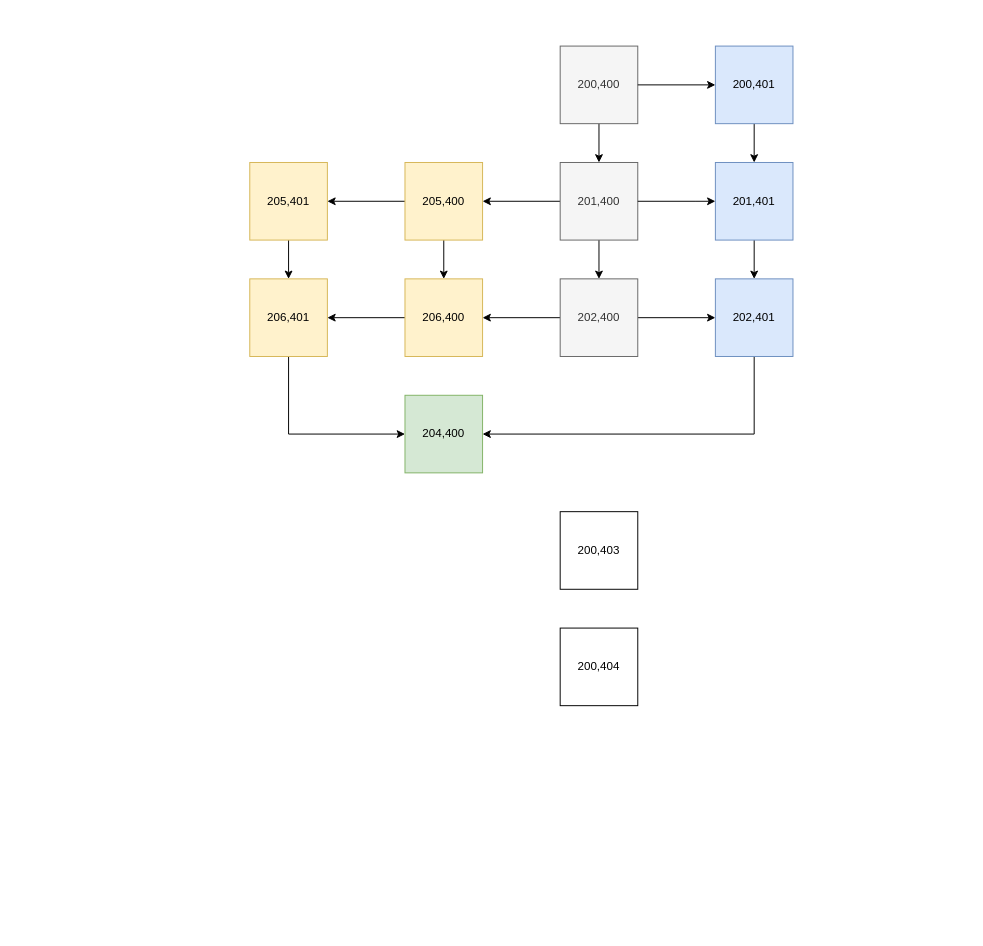
Before: Başlıksız Diyagram.drawio in KaanAkcan1/Charts, a draw.io diagram. Source tidied: cells renumbered, new cells numbered last; positions are measured from the earlier drawing's top-left corner, leaving out a move shared by most shapes. Both pictures are drawn from the tidied source at 97%, with x=0, y=0 at pixel (249, 46).
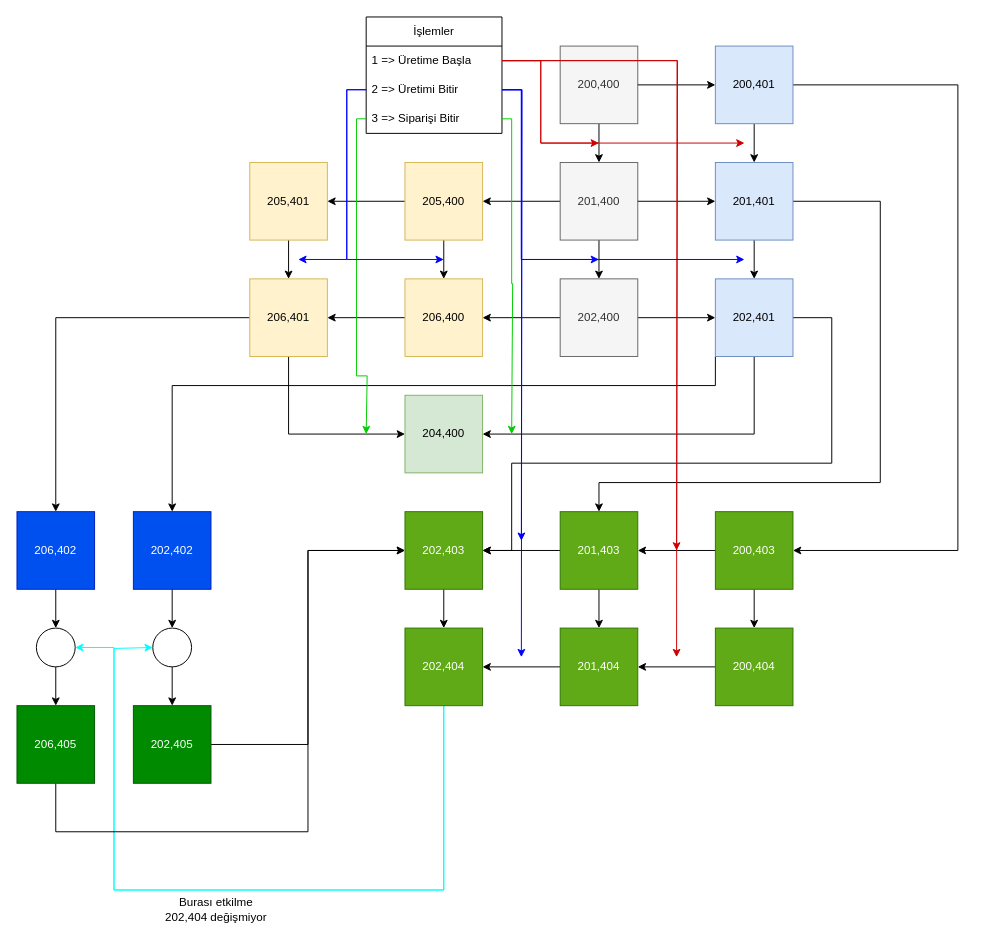
After the change.

Unchanged cells that the change refers to:
```xml
<mxCell id="9" value="200,401" style="whiteSpace=wrap;html=1;fillColor=#dae8fc;strokeColor=#6c8ebf;" parent="1" vertex="1">
  <mxGeometry x="480" width="80" height="80" as="geometry" />
</mxCell>
<mxCell id="14" value="201,401" style="whiteSpace=wrap;html=1;fillColor=#dae8fc;strokeColor=#6c8ebf;" parent="1" vertex="1">
  <mxGeometry x="480" y="120" width="80" height="80" as="geometry" />
</mxCell>
<mxCell id="16" value="202,401" style="whiteSpace=wrap;html=1;fillColor=#dae8fc;strokeColor=#6c8ebf;" parent="1" vertex="1">
  <mxGeometry x="480" y="240" width="80" height="80" as="geometry" />
</mxCell>
<mxCell id="27" value="206,401" style="whiteSpace=wrap;html=1;fillColor=#fff2cc;strokeColor=#d6b656;" parent="1" vertex="1">
  <mxGeometry y="240" width="80" height="80" as="geometry" />
</mxCell>
```

Diff of the diagram source:
```diff
@@
+    <mxCell id="31" style="edgeStyle=orthogonalEdgeStyle;rounded=0;jettySize=auto;html=1;entryX=1;entryY=0.5;entryDx=0;entryDy=0;" parent="1" edge="1" source="9" target="29">
+      <mxGeometry relative="1" as="geometry">
+        <Array as="points">
+          <mxPoint x="730" y="40" />
+          <mxPoint x="730" y="520" />
+        </Array>
+      </mxGeometry>
+    </mxCell>
@@
+    <mxCell id="32" style="edgeStyle=orthogonalEdgeStyle;rounded=0;jettySize=auto;html=1;" parent="1" edge="1" source="14" target="41">
+      <mxGeometry relative="1" as="geometry">
+        <Array as="points">
+          <mxPoint x="650" y="160" />
+          <mxPoint x="650" y="450" />
+          <mxPoint x="360" y="450" />
+        </Array>
+      </mxGeometry>
+    </mxCell>
@@
+    <mxCell id="33" style="edgeStyle=orthogonalEdgeStyle;rounded=0;jettySize=auto;html=1;exitX=0.5;exitY=1;exitDx=0;exitDy=0;" parent="1" edge="1" source="16" target="45">
+      <mxGeometry relative="1" as="geometry">
+        <Array as="points">
+          <mxPoint x="520" y="280" />
+          <mxPoint x="600" y="280" />
+          <mxPoint x="600" y="430" />
+          <mxPoint x="270" y="430" />
+          <mxPoint x="270" y="520" />
+        </Array>
+      </mxGeometry>
+    </mxCell>
+    <mxCell id="34" style="edgeStyle=orthogonalEdgeStyle;rounded=0;jettySize=auto;html=1;exitX=0;exitY=1;exitDx=0;exitDy=0;entryX=0.5;entryY=0;entryDx=0;entryDy=0;" parent="1" edge="1" source="16" target="50">
+      <mxGeometry relative="1" as="geometry">
+        <Array as="points">
+          <mxPoint x="480" y="350" />
+          <mxPoint x="-80" y="350" />
+        </Array>
+      </mxGeometry>
+    </mxCell>
@@
+    <mxCell id="35" style="edgeStyle=orthogonalEdgeStyle;rounded=0;jettySize=auto;html=1;exitX=0;exitY=0.5;exitDx=0;exitDy=0;entryX=0.5;entryY=0;entryDx=0;entryDy=0;" parent="1" edge="1" source="27" target="52">
+      <mxGeometry relative="1" as="geometry" />
+    </mxCell>
@@
+    <mxCell id="36" style="edgeStyle=orthogonalEdgeStyle;rounded=0;jettySize=auto;html=1;exitX=0;exitY=0.5;exitDx=0;exitDy=0;entryX=1;entryY=0.5;entryDx=0;entryDy=0;" parent="1" edge="1" source="29" target="41">
+      <mxGeometry relative="1" as="geometry">
+        <Array as="points">
+          <mxPoint x="440" y="520" />
+          <mxPoint x="440" y="520" />
+        </Array>
+      </mxGeometry>
+    </mxCell>
+    <mxCell id="37" style="edgeStyle=orthogonalEdgeStyle;rounded=0;jettySize=auto;html=1;exitX=0.5;exitY=1;exitDx=0;exitDy=0;entryX=0.5;entryY=0;entryDx=0;entryDy=0;" parent="1" edge="1" source="29" target="30">
+      <mxGeometry relative="1" as="geometry" />
+    </mxCell>
-    <mxCell id="29" value="200,403" style="whiteSpace=wrap;html=1;" parent="1" vertex="1">
-      <mxGeometry x="320" y="480" width="80" height="80" as="geometry" />
+    <mxCell id="29" value="200,403" style="whiteSpace=wrap;html=1;fillColor=#60a917;strokeColor=#2D7600;fontColor=#ffffff;" parent="1" vertex="1">
+      <mxGeometry x="480" y="480" width="80" height="80" as="geometry" />
     </mxCell>
+    <mxCell id="38" style="edgeStyle=orthogonalEdgeStyle;rounded=0;jettySize=auto;html=1;exitX=0;exitY=0.5;exitDx=0;exitDy=0;entryX=1;entryY=0.5;entryDx=0;entryDy=0;" parent="1" edge="1" source="30" target="43">
+      <mxGeometry relative="1" as="geometry" />
+    </mxCell>
-    <mxCell id="30" value="200,404" style="whiteSpace=wrap;html=1;" parent="1" vertex="1">
-      <mxGeometry x="320" y="600" width="80" height="80" as="geometry" />
+    <mxCell id="30" value="200,404" style="whiteSpace=wrap;html=1;fillColor=#60a917;fontColor=#ffffff;strokeColor=#2D7600;" parent="1" vertex="1">
+      <mxGeometry x="480" y="600" width="80" height="80" as="geometry" />
     </mxCell>
+    <mxCell id="39" style="edgeStyle=orthogonalEdgeStyle;rounded=0;jettySize=auto;html=1;exitX=0;exitY=0.5;exitDx=0;exitDy=0;entryX=1;entryY=0.5;entryDx=0;entryDy=0;" parent="1" edge="1" source="41" target="45">
+      <mxGeometry relative="1" as="geometry" />
+    </mxCell>
+    <mxCell id="40" style="edgeStyle=orthogonalEdgeStyle;rounded=0;jettySize=auto;html=1;exitX=0.5;exitY=1;exitDx=0;exitDy=0;entryX=0.5;entryY=0;entryDx=0;entryDy=0;" parent="1" edge="1" source="41" target="43">
+      <mxGeometry relative="1" as="geometry" />
+    </mxCell>
+    <mxCell id="41" value="201,403" style="whiteSpace=wrap;html=1;fillColor=#60a917;fontColor=#ffffff;strokeColor=#2D7600;" parent="1" vertex="1">
+      <mxGeometry x="320" y="480" width="80" height="80" as="geometry" />
+    </mxCell>
+    <mxCell id="42" style="edgeStyle=orthogonalEdgeStyle;rounded=0;jettySize=auto;html=1;exitX=0;exitY=0.5;exitDx=0;exitDy=0;entryX=1;entryY=0.5;entryDx=0;entryDy=0;" parent="1" edge="1" source="43" target="48">
+      <mxGeometry relative="1" as="geometry" />
+    </mxCell>
+    <mxCell id="43" value="201,404" style="whiteSpace=wrap;html=1;fillColor=#60a917;fontColor=#ffffff;strokeColor=#2D7600;" parent="1" vertex="1">
+      <mxGeometry x="320" y="600" width="80" height="80" as="geometry" />
+    </mxCell>
+    <mxCell id="44" style="edgeStyle=orthogonalEdgeStyle;rounded=0;jettySize=auto;html=1;exitX=0.5;exitY=1;exitDx=0;exitDy=0;entryX=0.5;entryY=0;entryDx=0;entryDy=0;" parent="1" edge="1" source="45" target="48">
+      <mxGeometry relative="1" as="geometry" />
+    </mxCell>
+    <mxCell id="45" value="202,403" style="whiteSpace=wrap;html=1;fillColor=#60a917;fontColor=#ffffff;strokeColor=#2D7600;" parent="1" vertex="1">
+      <mxGeometry x="160" y="480" width="80" height="80" as="geometry" />
+    </mxCell>
+    <mxCell id="46" style="edgeStyle=orthogonalEdgeStyle;rounded=0;jettySize=auto;html=1;strokeColor=#00FFFF;" parent="1" edge="1" source="48">
+      <mxGeometry relative="1" as="geometry">
+        <mxPoint x="-100" y="620" as="targetPoint" />
+        <Array as="points">
+          <mxPoint x="200" y="870" />
+          <mxPoint x="-140" y="870" />
+          <mxPoint x="-140" y="621" />
+        </Array>
+      </mxGeometry>
+    </mxCell>
+    <mxCell id="47" style="edgeStyle=orthogonalEdgeStyle;rounded=0;jettySize=auto;html=1;entryX=1;entryY=0.5;entryDx=0;entryDy=0;strokeColor=#00FFFF;" parent="1" edge="1" source="48" target="59">
+      <mxGeometry relative="1" as="geometry">
+        <Array as="points">
+          <mxPoint x="200" y="870" />
+          <mxPoint x="-140" y="870" />
+          <mxPoint x="-140" y="620" />
+        </Array>
+      </mxGeometry>
+    </mxCell>
+    <mxCell id="48" value="202,404" style="whiteSpace=wrap;html=1;fillColor=#60a917;fontColor=#ffffff;strokeColor=#2D7600;" parent="1" vertex="1">
+      <mxGeometry x="160" y="600" width="80" height="80" as="geometry" />
+    </mxCell>
+    <mxCell id="49" style="edgeStyle=orthogonalEdgeStyle;rounded=0;jettySize=auto;html=1;exitX=0.5;exitY=1;exitDx=0;exitDy=0;entryX=0.5;entryY=0;entryDx=0;entryDy=0;" parent="1" edge="1" source="50" target="54">
+      <mxGeometry relative="1" as="geometry" />
+    </mxCell>
+    <mxCell id="50" value="202,402" style="whiteSpace=wrap;html=1;fillColor=#0050ef;fontColor=#ffffff;strokeColor=#001DBC;" parent="1" vertex="1">
+      <mxGeometry x="-120" y="480" width="80" height="80" as="geometry" />
+    </mxCell>
+    <mxCell id="51" style="edgeStyle=orthogonalEdgeStyle;rounded=0;jettySize=auto;html=1;entryX=0.5;entryY=0;entryDx=0;entryDy=0;" parent="1" edge="1" source="52" target="59">
+      <mxGeometry relative="1" as="geometry" />
+    </mxCell>
+    <mxCell id="52" value="206,402" style="whiteSpace=wrap;html=1;fillColor=#0050ef;fontColor=#ffffff;strokeColor=#001DBC;" parent="1" vertex="1">
+      <mxGeometry x="-240" y="480" width="80" height="80" as="geometry" />
+    </mxCell>
+    <mxCell id="53" style="edgeStyle=orthogonalEdgeStyle;rounded=0;jettySize=auto;html=1;exitX=0.5;exitY=1;exitDx=0;exitDy=0;entryX=0.5;entryY=0;entryDx=0;entryDy=0;" parent="1" edge="1" source="54" target="56">
+      <mxGeometry relative="1" as="geometry" />
+    </mxCell>
+    <mxCell id="54" style="ellipse;whiteSpace=wrap;html=1;" parent="1" vertex="1">
+      <mxGeometry x="-100" y="600" width="40" height="40" as="geometry" />
+    </mxCell>
+    <mxCell id="55" style="edgeStyle=orthogonalEdgeStyle;rounded=0;jettySize=auto;html=1;exitX=1;exitY=0.5;exitDx=0;exitDy=0;entryX=0;entryY=0.5;entryDx=0;entryDy=0;" parent="1" edge="1" source="56" target="45">
+      <mxGeometry relative="1" as="geometry" />
+    </mxCell>
+    <mxCell id="56" value="202,405" style="whiteSpace=wrap;html=1;fillColor=#008a00;fontColor=#ffffff;strokeColor=#005700;" parent="1" vertex="1">
+      <mxGeometry x="-120" y="680" width="80" height="80" as="geometry" />
+    </mxCell>
+    <mxCell id="57" value="Burası etkilme&lt;br&gt;202,404 değişmiyor" style="text;html=1;align=center;verticalAlign=middle;strokeColor=none;fillColor=none;" parent="1" vertex="1">
+      <mxGeometry x="-100" y="870" width="130" height="40" as="geometry" />
+    </mxCell>
+    <mxCell id="58" style="edgeStyle=orthogonalEdgeStyle;rounded=0;jettySize=auto;html=1;entryX=0.5;entryY=0;entryDx=0;entryDy=0;" parent="1" edge="1" source="59" target="61">
+      <mxGeometry relative="1" as="geometry" />
+    </mxCell>
+    <mxCell id="59" style="ellipse;whiteSpace=wrap;html=1;" parent="1" vertex="1">
+      <mxGeometry x="-220" y="600" width="40" height="40" as="geometry" />
+    </mxCell>
+    <mxCell id="60" style="edgeStyle=orthogonalEdgeStyle;rounded=0;jettySize=auto;html=1;" parent="1" edge="1" source="61" target="45">
+      <mxGeometry relative="1" as="geometry">
+        <Array as="points">
+          <mxPoint x="-200" y="810" />
+          <mxPoint x="60" y="810" />
+          <mxPoint x="60" y="520" />
+        </Array>
+      </mxGeometry>
+    </mxCell>
+    <mxCell id="61" value="206,405" style="whiteSpace=wrap;html=1;fillColor=#008a00;fontColor=#ffffff;strokeColor=#005700;" parent="1" vertex="1">
+      <mxGeometry x="-240" y="680" width="80" height="80" as="geometry" />
+    </mxCell>
+    <mxCell id="62" value="İşlemler" style="swimlane;fontStyle=0;horizontal=1;startSize=30;whiteSpace=wrap;html=1;" parent="1" vertex="1">
+      <mxGeometry x="120" y="-30" width="140" height="120" as="geometry" />
+    </mxCell>
+    <mxCell id="63" style="edgeStyle=orthogonalEdgeStyle;rounded=0;jettySize=auto;html=1;exitX=1;exitY=0.5;exitDx=0;exitDy=0;strokeColor=#CC0000;" parent="62" edge="1" source="65">
+      <mxGeometry relative="1" as="geometry">
+        <mxPoint x="320" y="550" as="targetPoint" />
+        <Array as="points">
+          <mxPoint x="321" y="45" />
+        </Array>
+      </mxGeometry>
+    </mxCell>
+    <mxCell id="64" style="edgeStyle=orthogonalEdgeStyle;rounded=0;jettySize=auto;html=1;exitX=1;exitY=0.5;exitDx=0;exitDy=0;strokeColor=#CC0000;" parent="62" edge="1" source="65">
+      <mxGeometry relative="1" as="geometry">
+        <mxPoint x="320" y="660" as="targetPoint" />
+      </mxGeometry>
+    </mxCell>
+    <mxCell id="65" value="1 =&amp;gt; Üretime Başla" style="text;strokeColor=none;fillColor=none;align=left;verticalAlign=middle;spacingLeft=4;spacingRight=4;overflow=hidden;points=[[0,0.5],[1,0.5]];portConstraint=eastwest;whiteSpace=wrap;html=1;" parent="62" vertex="1">
+      <mxGeometry y="30" width="140" height="30" as="geometry" />
+    </mxCell>
+    <mxCell id="66" style="edgeStyle=orthogonalEdgeStyle;rounded=0;jettySize=auto;html=1;strokeColor=#0000FF;" parent="62" edge="1" source="68">
+      <mxGeometry relative="1" as="geometry">
+        <mxPoint x="160" y="540" as="targetPoint" />
+      </mxGeometry>
+    </mxCell>
+    <mxCell id="67" style="edgeStyle=orthogonalEdgeStyle;rounded=0;jettySize=auto;html=1;exitX=1;exitY=0.5;exitDx=0;exitDy=0;strokeColor=#0000FF;" parent="62" edge="1" source="68">
+      <mxGeometry relative="1" as="geometry">
+        <mxPoint x="160" y="660" as="targetPoint" />
+      </mxGeometry>
+    </mxCell>
+    <mxCell id="68" value="2 =&amp;gt; Üretimi Bitir" style="text;strokeColor=none;fillColor=none;align=left;verticalAlign=middle;spacingLeft=4;spacingRight=4;overflow=hidden;points=[[0,0.5],[1,0.5]];portConstraint=eastwest;whiteSpace=wrap;html=1;" parent="62" vertex="1">
+      <mxGeometry y="60" width="140" height="30" as="geometry" />
+    </mxCell>
+    <mxCell id="69" style="edgeStyle=orthogonalEdgeStyle;rounded=0;jettySize=auto;html=1;strokeColor=#00CC00;" parent="62" edge="1" source="71">
+      <mxGeometry relative="1" as="geometry">
+        <mxPoint y="430" as="targetPoint" />
+        <Array as="points">
+          <mxPoint x="-10" y="105" />
+          <mxPoint x="-10" y="370" />
+          <mxPoint x="1" y="370" />
+        </Array>
+      </mxGeometry>
+    </mxCell>
+    <mxCell id="70" style="edgeStyle=orthogonalEdgeStyle;rounded=0;jettySize=auto;html=1;exitX=1;exitY=0.5;exitDx=0;exitDy=0;strokeColor=#00CC00;" parent="62" edge="1" source="71">
+      <mxGeometry relative="1" as="geometry">
+        <mxPoint x="150" y="430" as="targetPoint" />
+        <Array as="points">
+          <mxPoint x="150" y="105" />
+          <mxPoint x="150" y="275" />
+          <mxPoint x="151" y="275" />
+        </Array>
+      </mxGeometry>
+    </mxCell>
+    <mxCell id="71" value="3 =&amp;gt; Siparişi Bitir" style="text;strokeColor=none;fillColor=none;align=left;verticalAlign=middle;spacingLeft=4;spacingRight=4;overflow=hidden;points=[[0,0.5],[1,0.5]];portConstraint=eastwest;whiteSpace=wrap;html=1;" parent="62" vertex="1">
+      <mxGeometry y="90" width="140" height="30" as="geometry" />
+    </mxCell>
+    <mxCell id="72" style="edgeStyle=orthogonalEdgeStyle;rounded=0;jettySize=auto;html=1;exitX=1;exitY=0.5;exitDx=0;exitDy=0;strokeColor=#CC0000;" parent="1" edge="1" source="65">
+      <mxGeometry relative="1" as="geometry">
+        <mxPoint x="360" y="100" as="targetPoint" />
+        <Array as="points">
+          <mxPoint x="300" y="15" />
+          <mxPoint x="300" y="100" />
+        </Array>
+      </mxGeometry>
+    </mxCell>
+    <mxCell id="73" style="edgeStyle=orthogonalEdgeStyle;rounded=0;jettySize=auto;html=1;exitX=1;exitY=0.5;exitDx=0;exitDy=0;strokeColor=#CC0000;" parent="1" edge="1" source="65">
+      <mxGeometry relative="1" as="geometry">
+        <mxPoint x="510" y="100" as="targetPoint" />
+        <Array as="points">
+          <mxPoint x="300" y="15" />
+          <mxPoint x="300" y="100" />
+        </Array>
+      </mxGeometry>
+    </mxCell>
+    <mxCell id="74" style="edgeStyle=orthogonalEdgeStyle;rounded=0;jettySize=auto;html=1;strokeColor=#0000FF;" parent="1" edge="1" source="68">
+      <mxGeometry relative="1" as="geometry">
+        <mxPoint x="360" y="220" as="targetPoint" />
+        <Array as="points">
+          <mxPoint x="280" y="45" />
+          <mxPoint x="280" y="220" />
+        </Array>
+      </mxGeometry>
+    </mxCell>
+    <mxCell id="75" style="edgeStyle=orthogonalEdgeStyle;rounded=0;jettySize=auto;html=1;strokeColor=#0000FF;" parent="1" edge="1" source="68">
+      <mxGeometry relative="1" as="geometry">
+        <mxPoint x="510" y="220" as="targetPoint" />
+        <Array as="points">
+          <mxPoint x="280" y="45" />
+          <mxPoint x="280" y="220" />
+        </Array>
+      </mxGeometry>
+    </mxCell>
+    <mxCell id="76" style="edgeStyle=orthogonalEdgeStyle;rounded=0;jettySize=auto;html=1;exitX=0;exitY=0.5;exitDx=0;exitDy=0;strokeColor=#0000FF;" parent="1" edge="1" source="68">
+      <mxGeometry relative="1" as="geometry">
+        <mxPoint x="50" y="220" as="targetPoint" />
+        <Array as="points">
+          <mxPoint x="100" y="45" />
+          <mxPoint x="100" y="220" />
+        </Array>
+      </mxGeometry>
+    </mxCell>
+    <mxCell id="77" style="edgeStyle=orthogonalEdgeStyle;rounded=0;jettySize=auto;html=1;exitX=0;exitY=0.5;exitDx=0;exitDy=0;strokeColor=#0000FF;" parent="1" edge="1" source="68">
+      <mxGeometry relative="1" as="geometry">
+        <mxPoint x="200" y="220" as="targetPoint" />
+        <Array as="points">
+          <mxPoint x="100" y="45" />
+          <mxPoint x="100" y="220" />
+        </Array>
+      </mxGeometry>
+    </mxCell>
```
